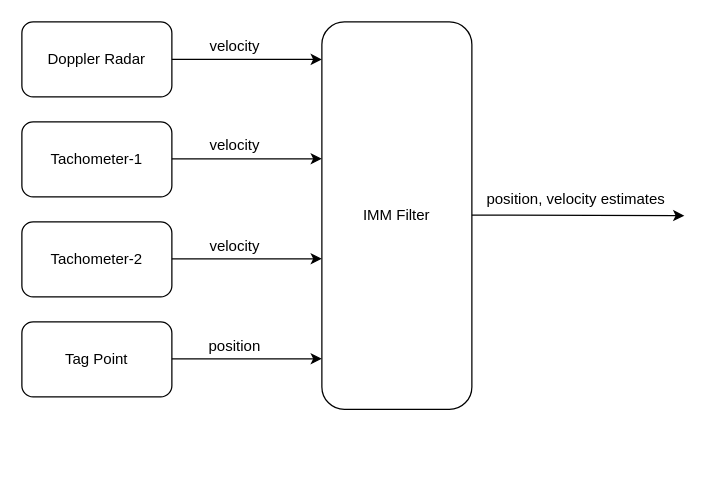
Before: Untitled Diagram.drawio in burakbasaraann/drawing, a draw.io diagram. Source tidied: cells renumbered, new cells numbered last; positions are measured from the earlier drawing's top-left corner, leaving out a move shared by most shapes. Both pictures are drawn from the tidied source at 125%, with x=0, y=0 at pixel (21, 21).
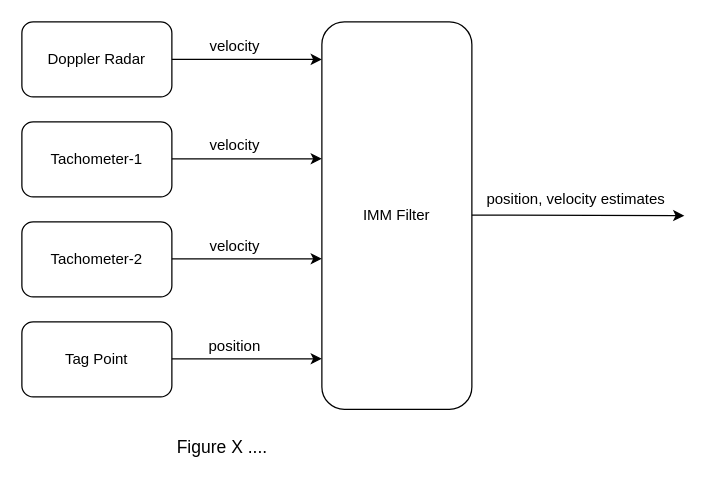
Above is the later version.

Diff of the diagram source:
```diff
@@
+    <mxCell id="17" value="Figure X ...." style="text;html=1;align=center;verticalAlign=middle;fontFamily=Helvetica;fontSize=14;" parent="1" vertex="1">
+      <mxGeometry x="115" y="330" width="90" height="20" as="geometry" />
+    </mxCell>
```
